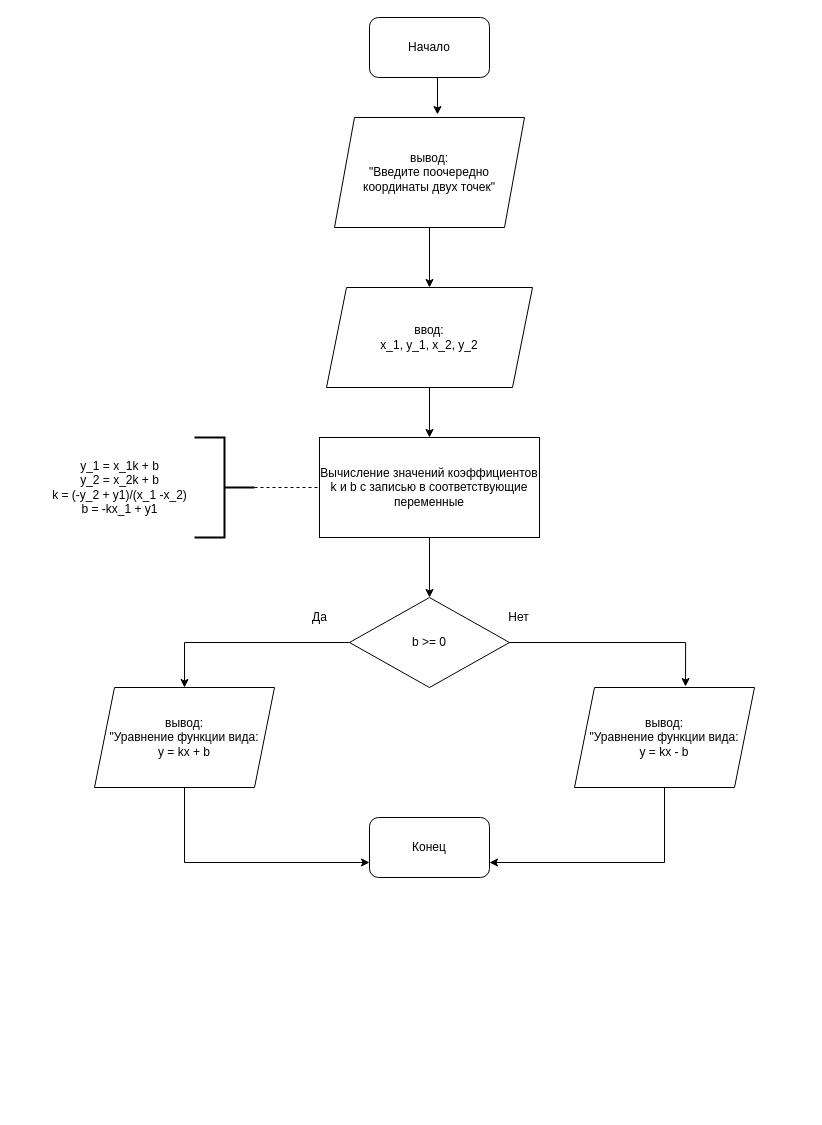
This is page "ex.3" (2 of 3) of Untitled Diagram.drawio from adm-lev/Algorithms_python, a draw.io file, before an edit. Source tidied: cells renumbered, new cells numbered last; positions are measured from the earlier drawing's top-left corner, leaving out a move shared by most shapes. Both pictures are drawn from the tidied source at 100%, with x=0, y=0 at pixel (44, 17).
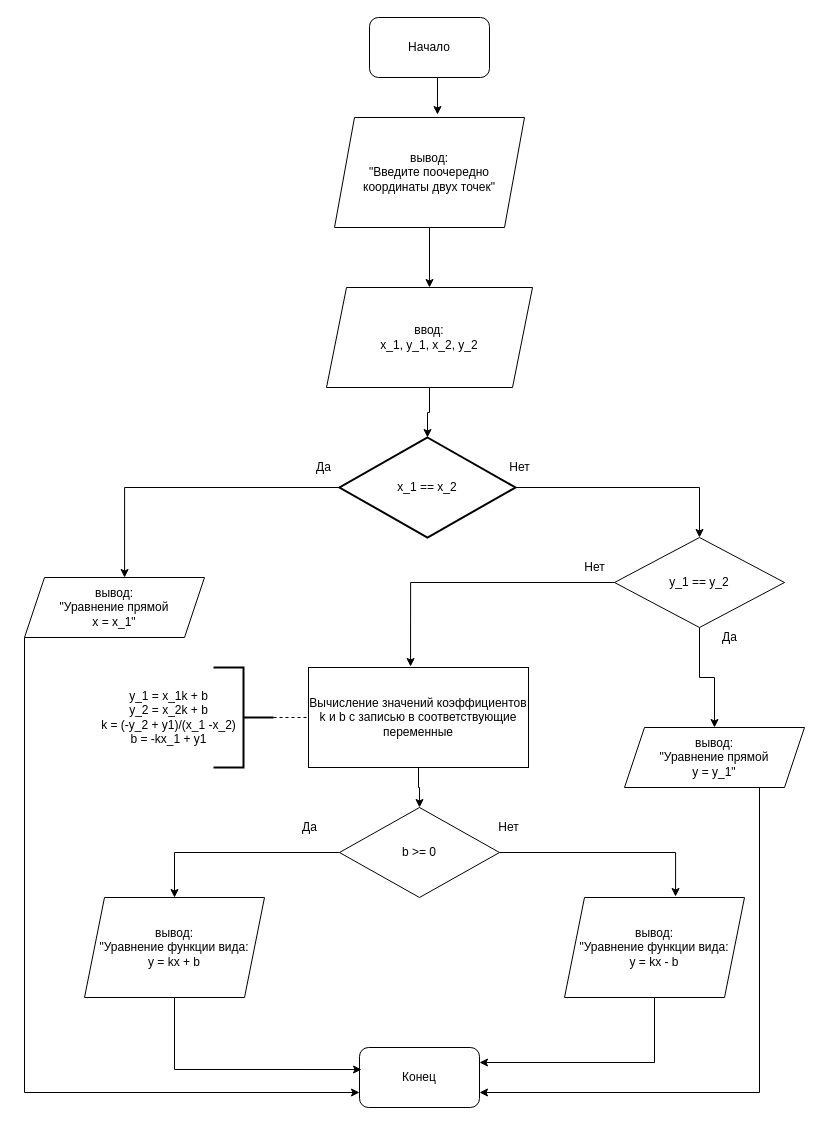
The same page after the edit.

The change refers to these unchanged cells:
```xml
<mxCell id="8" value="ввод:&lt;br&gt;x_1, y_1, x_2, y_2" style="shape=parallelogram;perimeter=parallelogramPerimeter;whiteSpace=wrap;html=1;fixedSize=1;" parent="1" vertex="1">
  <mxGeometry x="282" y="270" width="206" height="100" as="geometry" />
</mxCell>
```

The edit, as a diff of the source:
```diff
@@
     <mxCell id="4" value="Конец" style="rounded=1;whiteSpace=wrap;html=1;" parent="1" vertex="1">
-      <mxGeometry x="325" y="800" width="120" height="60" as="geometry" />
+      <mxGeometry x="315" y="1030" width="120" height="60" as="geometry" />
     </mxCell>
@@
-    <mxCell id="7" style="edgeStyle=orthogonalEdgeStyle;rounded=0;jettySize=auto;html=1;exitX=0.5;exitY=1;exitDx=0;exitDy=0;entryX=0.5;entryY=0;entryDx=0;entryDy=0;" parent="1" edge="1" source="8" target="10">
-      <mxGeometry relative="1" as="geometry" />
-    </mxCell>
+    <mxCell id="23" style="edgeStyle=orthogonalEdgeStyle;rounded=0;jettySize=auto;html=1;exitX=0.5;exitY=1;exitDx=0;exitDy=0;entryX=0.5;entryY=0;entryDx=0;entryDy=0;entryPerimeter=0;" parent="1" edge="1" source="8" target="26">
+      <mxGeometry relative="1" as="geometry" />
+    </mxCell>
@@
     <mxCell id="10" value="Вычисление значений коэффициентов k и b с записью в соответствующие переменные" style="rounded=0;whiteSpace=wrap;html=1;" parent="1" vertex="1">
-      <mxGeometry x="275" y="420" width="220" height="100" as="geometry" />
+      <mxGeometry x="264" y="650" width="220" height="100" as="geometry" />
     </mxCell>
@@
     <mxCell id="13" value="b &amp;gt;= 0" style="rhombus;whiteSpace=wrap;html=1;" parent="1" vertex="1">
-      <mxGeometry x="305" y="580" width="160" height="90" as="geometry" />
+      <mxGeometry x="295" y="790" width="160" height="90" as="geometry" />
     </mxCell>
     <mxCell id="14" value="Да" style="text;html=1;align=center;verticalAlign=middle;strokeColor=none;fillColor=none;" parent="1" vertex="1">
-      <mxGeometry x="260" y="590" width="30" height="20" as="geometry" />
+      <mxGeometry x="250" y="800" width="30" height="20" as="geometry" />
     </mxCell>
     <mxCell id="15" value="Нет" style="text;html=1;align=center;verticalAlign=middle;strokeColor=none;fillColor=none;" parent="1" vertex="1">
-      <mxGeometry x="454" y="590" width="40" height="20" as="geometry" />
+      <mxGeometry x="444" y="800" width="40" height="20" as="geometry" />
     </mxCell>
-    <mxCell id="16" style="edgeStyle=orthogonalEdgeStyle;rounded=0;jettySize=auto;html=1;exitX=0.5;exitY=1;exitDx=0;exitDy=0;entryX=0;entryY=0.75;entryDx=0;entryDy=0;" parent="1" edge="1" source="17" target="4">
-      <mxGeometry relative="1" as="geometry" />
+    <mxCell id="16" style="edgeStyle=orthogonalEdgeStyle;rounded=0;jettySize=auto;html=1;exitX=0.5;exitY=1;exitDx=0;exitDy=0;entryX=0.017;entryY=0.367;entryDx=0;entryDy=0;entryPerimeter=0;" parent="1" edge="1" source="17" target="4">
+      <mxGeometry relative="1" as="geometry">
+        <Array as="points">
+          <mxPoint x="130" y="1052" />
+        </Array>
+      </mxGeometry>
     </mxCell>
     <mxCell id="17" value="вывод:&lt;br&gt;&quot;Уравнение функции вида:&lt;br&gt;y = kx + b" style="shape=parallelogram;perimeter=parallelogramPerimeter;whiteSpace=wrap;html=1;fixedSize=1;" parent="1" vertex="1">
-      <mxGeometry x="50" y="670" width="180" height="100" as="geometry" />
+      <mxGeometry x="40" y="880" width="180" height="100" as="geometry" />
     </mxCell>
-    <mxCell id="18" style="edgeStyle=orthogonalEdgeStyle;rounded=0;jettySize=auto;html=1;exitX=0.5;exitY=1;exitDx=0;exitDy=0;entryX=1;entryY=0.75;entryDx=0;entryDy=0;" parent="1" edge="1" source="19" target="4">
+    <mxCell id="18" style="edgeStyle=orthogonalEdgeStyle;rounded=0;jettySize=auto;html=1;exitX=0.5;exitY=1;exitDx=0;exitDy=0;entryX=1;entryY=0.25;entryDx=0;entryDy=0;" parent="1" edge="1" source="19" target="4">
       <mxGeometry relative="1" as="geometry" />
     </mxCell>
     <mxCell id="19" value="&lt;span&gt;вывод:&lt;/span&gt;&lt;br&gt;&lt;span&gt;&quot;Уравнение функции вида:&lt;/span&gt;&lt;br&gt;&lt;span&gt;y = kx - b&lt;/span&gt;" style="shape=parallelogram;perimeter=parallelogramPerimeter;whiteSpace=wrap;html=1;fixedSize=1;" parent="1" vertex="1">
-      <mxGeometry x="530" y="670" width="180" height="100" as="geometry" />
+      <mxGeometry x="520" y="880" width="180" height="100" as="geometry" />
     </mxCell>
     <mxCell id="20" style="strokeWidth=2;html=1;shape=mxgraph.flowchart.annotation_2;align=left;labelPosition=right;rotation=-180;" parent="1" vertex="1">
-      <mxGeometry x="150" y="420" width="60" height="100" as="geometry" />
+      <mxGeometry x="169" y="650" width="60" height="100" as="geometry" />
     </mxCell>
@@
     <mxCell id="22" value="y_1 = x_1k + b&lt;br&gt;y_2 = x_2k + b&lt;br&gt;k = (-y_2 + y1)/(x_1 -x_2)&lt;br&gt;b = -kx_1 + y1" style="text;html=1;align=center;verticalAlign=middle;strokeColor=none;fillColor=none;" parent="1" vertex="1">
-      <mxGeometry y="440" width="150" height="60" as="geometry" />
+      <mxGeometry x="49" y="670" width="150" height="60" as="geometry" />
     </mxCell>
+    <mxCell id="24" style="edgeStyle=orthogonalEdgeStyle;rounded=0;jettySize=auto;html=1;exitX=0;exitY=0.5;exitDx=0;exitDy=0;exitPerimeter=0;entryX=0.556;entryY=0;entryDx=0;entryDy=0;entryPerimeter=0;" parent="1" edge="1" source="26" target="30">
+      <mxGeometry relative="1" as="geometry" />
+    </mxCell>
+    <mxCell id="25" style="edgeStyle=orthogonalEdgeStyle;rounded=0;jettySize=auto;html=1;exitX=1;exitY=0.5;exitDx=0;exitDy=0;exitPerimeter=0;entryX=0.5;entryY=0;entryDx=0;entryDy=0;" parent="1" edge="1" source="26" target="35">
+      <mxGeometry relative="1" as="geometry" />
+    </mxCell>
+    <mxCell id="26" value="x_1 == x_2" style="strokeWidth=2;html=1;shape=mxgraph.flowchart.decision;whiteSpace=wrap;" parent="1" vertex="1">
+      <mxGeometry x="295" y="420" width="176" height="100" as="geometry" />
+    </mxCell>
+    <mxCell id="27" value="Да" style="text;html=1;align=center;verticalAlign=middle;strokeColor=none;fillColor=none;" parent="1" vertex="1">
+      <mxGeometry x="264" y="440" width="30" height="20" as="geometry" />
+    </mxCell>
+    <mxCell id="28" value="Нет" style="text;html=1;align=center;verticalAlign=middle;strokeColor=none;fillColor=none;" parent="1" vertex="1">
+      <mxGeometry x="455" y="440" width="40" height="20" as="geometry" />
+    </mxCell>
+    <mxCell id="29" style="edgeStyle=orthogonalEdgeStyle;rounded=0;jettySize=auto;html=1;exitX=0;exitY=1;exitDx=0;exitDy=0;entryX=0;entryY=0.75;entryDx=0;entryDy=0;" parent="1" edge="1" source="30" target="4">
+      <mxGeometry relative="1" as="geometry" />
+    </mxCell>
+    <mxCell id="30" value="вывод:&lt;br&gt;&quot;Уравнение прямой&lt;br&gt;x = x_1&quot;" style="shape=parallelogram;perimeter=parallelogramPerimeter;whiteSpace=wrap;html=1;fixedSize=1;" parent="1" vertex="1">
+      <mxGeometry x="-20" y="560" width="180" height="60" as="geometry" />
+    </mxCell>
+    <mxCell id="31" style="edgeStyle=orthogonalEdgeStyle;rounded=0;jettySize=auto;html=1;exitX=0.75;exitY=1;exitDx=0;exitDy=0;entryX=1;entryY=0.75;entryDx=0;entryDy=0;" parent="1" edge="1" source="32" target="4">
+      <mxGeometry relative="1" as="geometry" />
+    </mxCell>
+    <mxCell id="32" value="вывод:&lt;br&gt;&quot;Уравнение прямой&lt;br&gt;y = y_1&quot;" style="shape=parallelogram;perimeter=parallelogramPerimeter;whiteSpace=wrap;html=1;fixedSize=1;" parent="1" vertex="1">
+      <mxGeometry x="580" y="710" width="180" height="60" as="geometry" />
+    </mxCell>
+    <mxCell id="33" style="edgeStyle=orthogonalEdgeStyle;rounded=0;jettySize=auto;html=1;exitX=0;exitY=0.5;exitDx=0;exitDy=0;entryX=0.464;entryY=-0.01;entryDx=0;entryDy=0;entryPerimeter=0;" parent="1" edge="1" source="35" target="10">
+      <mxGeometry relative="1" as="geometry" />
+    </mxCell>
+    <mxCell id="34" style="edgeStyle=orthogonalEdgeStyle;rounded=0;jettySize=auto;html=1;exitX=0.5;exitY=1;exitDx=0;exitDy=0;entryX=0.5;entryY=0;entryDx=0;entryDy=0;" parent="1" edge="1" source="35" target="32">
+      <mxGeometry relative="1" as="geometry" />
+    </mxCell>
+    <mxCell id="35" value="y_1 == y_2" style="rhombus;whiteSpace=wrap;html=1;" parent="1" vertex="1">
+      <mxGeometry x="570" y="520" width="170" height="90" as="geometry" />
+    </mxCell>
+    <mxCell id="36" value="Нет" style="text;html=1;align=center;verticalAlign=middle;strokeColor=none;fillColor=none;" parent="1" vertex="1">
+      <mxGeometry x="530" y="540" width="40" height="20" as="geometry" />
+    </mxCell>
+    <mxCell id="37" value="Да" style="text;html=1;align=center;verticalAlign=middle;strokeColor=none;fillColor=none;" parent="1" vertex="1">
+      <mxGeometry x="670" y="610" width="30" height="20" as="geometry" />
+    </mxCell>
```
